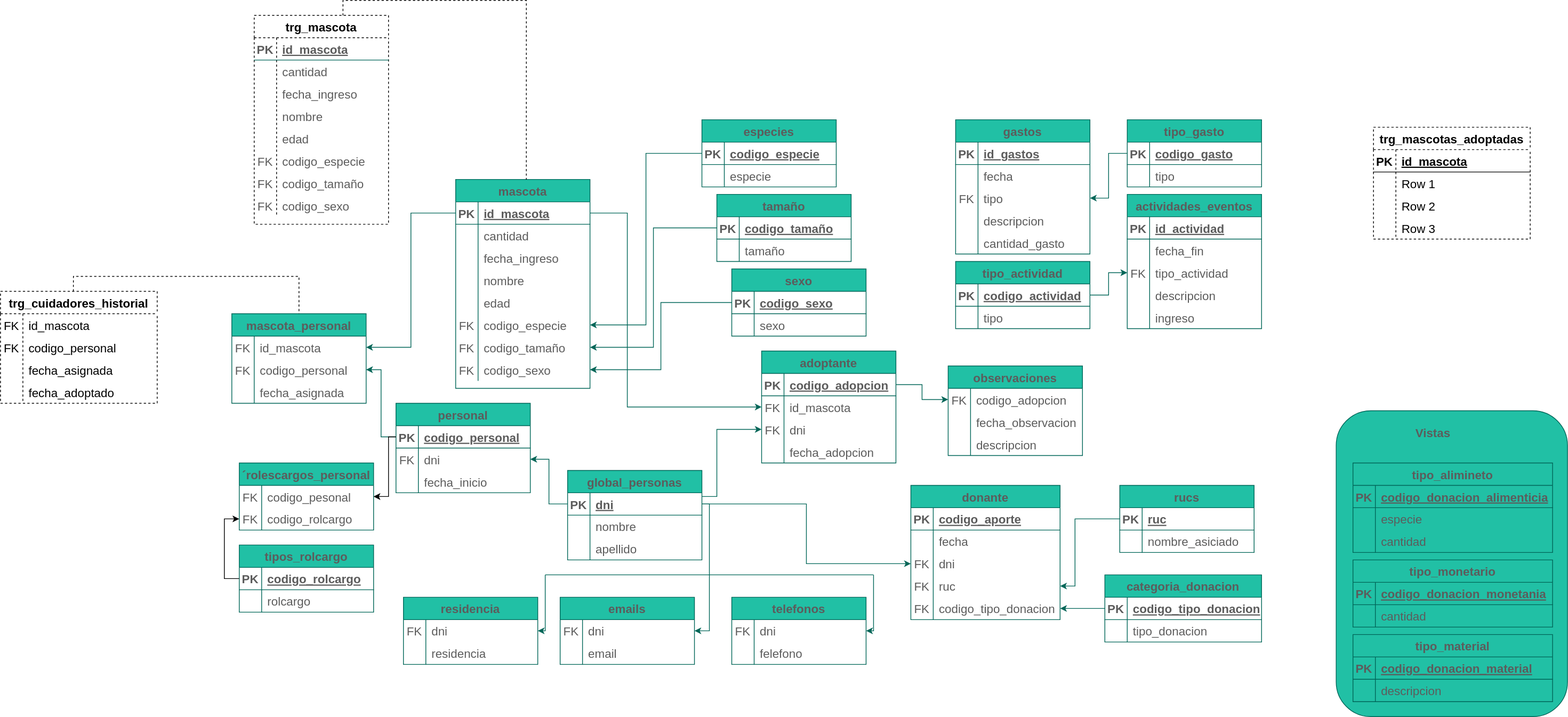
Before: diagramas/tablas/Untitled Diagram.drawio.svg, a diagram exported from draw.io (Leo-Spj/SQL-CoderHouse). Source tidied: cells renumbered, new cells last; positions are measured from the earlier drawing's top-left corner, leaving out a move shared by most shapes.
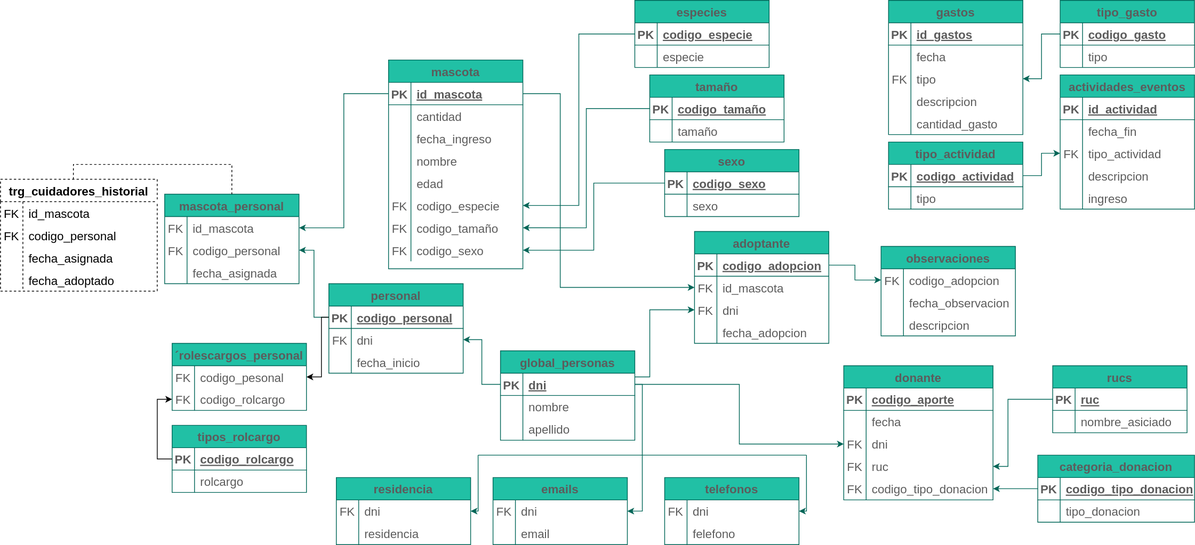
The same file after the commit.

Diff of the diagram source:
```diff
@@ -624,84 +624,6 @@
     <mxCell id="205" style="edgeStyle=orthogonalEdgeStyle;rounded=0;jettySize=auto;html=1;elbow=vertical;fontSize=16;strokeColor=#006658;fontColor=#5C5C5C;" parent="1" edge="1" source="191" target="165">
       <mxGeometry relative="1" as="geometry" />
     </mxCell>
-    <mxCell id="206" style="rounded=1;whiteSpace=wrap;html=1;fontSize=16;fillColor=#21C0A5;strokeColor=#006658;fontColor=#5C5C5C;" parent="1" vertex="1">
-      <mxGeometry x="1790" y="530" width="310" height="410" as="geometry" />
-    </mxCell>
-    <mxCell id="207" value="tipo_monetario" style="shape=table;startSize=30;rowLines=0;fontStyle=1;align=center;fontSize=16;fillColor=#21C0A5;strokeColor=#006658;fontColor=#5C5C5C;" parent="1" vertex="1">
-      <mxGeometry x="1812.5" y="730" width="267.5" height="90" as="geometry" />
-    </mxCell>
-    <mxCell id="208" style="shape=tableRow;horizontal=0;startSize=0;swimlaneHead=0;swimlaneBody=0;fillColor=none;top=0;left=0;right=0;bottom=1;fontSize=16;strokeColor=#006658;fontColor=#5C5C5C;" parent="207" vertex="1">
-      <mxGeometry y="30" width="267.5" height="30" as="geometry" />
-    </mxCell>
-    <mxCell id="209" value="PK" style="shape=partialRectangle;fillColor=none;top=0;left=0;bottom=0;right=0;fontStyle=1;overflow=hidden;fontSize=16;strokeColor=#006658;fontColor=#5C5C5C;" parent="208" vertex="1">
-      <mxGeometry width="30" height="30" as="geometry" />
-    </mxCell>
-    <mxCell id="210" value="codigo_donacion_monetania" style="shape=partialRectangle;fillColor=none;top=0;left=0;bottom=0;right=0;align=left;spacingLeft=6;fontStyle=5;overflow=hidden;fontSize=16;strokeColor=#006658;fontColor=#5C5C5C;" parent="208" vertex="1">
-      <mxGeometry x="30" width="237.5" height="30" as="geometry" />
-    </mxCell>
-    <mxCell id="211" style="shape=tableRow;horizontal=0;startSize=0;swimlaneHead=0;swimlaneBody=0;fillColor=none;top=0;left=0;right=0;bottom=0;fontSize=16;strokeColor=#006658;fontColor=#5C5C5C;" parent="207" vertex="1">
-      <mxGeometry y="60" width="267.5" height="30" as="geometry" />
-    </mxCell>
-    <mxCell id="212" style="shape=partialRectangle;fillColor=none;top=0;left=0;bottom=0;right=0;overflow=hidden;fontSize=16;strokeColor=#006658;fontColor=#5C5C5C;" parent="211" vertex="1">
-      <mxGeometry width="30" height="30" as="geometry" />
-    </mxCell>
-    <mxCell id="213" value="cantidad" style="shape=partialRectangle;fillColor=none;top=0;left=0;bottom=0;right=0;align=left;spacingLeft=6;overflow=hidden;fontSize=16;strokeColor=#006658;fontColor=#5C5C5C;" parent="211" vertex="1">
-      <mxGeometry x="30" width="237.5" height="30" as="geometry" />
-    </mxCell>
-    <mxCell id="214" value="tipo_alimineto" style="shape=table;startSize=30;rowLines=0;fontStyle=1;align=center;fontSize=16;fillColor=#21C0A5;strokeColor=#006658;fontColor=#5C5C5C;" parent="1" vertex="1">
-      <mxGeometry x="1812.5" y="600" width="267.5" height="120" as="geometry" />
-    </mxCell>
-    <mxCell id="215" style="shape=tableRow;horizontal=0;startSize=0;swimlaneHead=0;swimlaneBody=0;fillColor=none;top=0;left=0;right=0;bottom=1;fontSize=16;strokeColor=#006658;fontColor=#5C5C5C;" parent="214" vertex="1">
-      <mxGeometry y="30" width="267.5" height="30" as="geometry" />
-    </mxCell>
-    <mxCell id="216" value="PK" style="shape=partialRectangle;fillColor=none;top=0;left=0;bottom=0;right=0;fontStyle=1;overflow=hidden;fontSize=16;strokeColor=#006658;fontColor=#5C5C5C;" parent="215" vertex="1">
-      <mxGeometry width="30" height="30" as="geometry" />
-    </mxCell>
-    <mxCell id="217" value="codigo_donacion_alimenticia" style="shape=partialRectangle;fillColor=none;top=0;left=0;bottom=0;right=0;align=left;spacingLeft=6;fontStyle=5;overflow=hidden;fontSize=16;strokeColor=#006658;fontColor=#5C5C5C;" parent="215" vertex="1">
-      <mxGeometry x="30" width="237.5" height="30" as="geometry" />
-    </mxCell>
-    <mxCell id="218" style="shape=tableRow;horizontal=0;startSize=0;swimlaneHead=0;swimlaneBody=0;fillColor=none;top=0;left=0;right=0;bottom=0;fontSize=16;strokeColor=#006658;fontColor=#5C5C5C;" parent="214" vertex="1">
-      <mxGeometry y="60" width="267.5" height="30" as="geometry" />
-    </mxCell>
-    <mxCell id="219" style="shape=partialRectangle;fillColor=none;top=0;left=0;bottom=0;right=0;overflow=hidden;fontSize=16;strokeColor=#006658;fontColor=#5C5C5C;" parent="218" vertex="1">
-      <mxGeometry width="30" height="30" as="geometry" />
-    </mxCell>
-    <mxCell id="220" value="especie" style="shape=partialRectangle;fillColor=none;top=0;left=0;bottom=0;right=0;align=left;spacingLeft=6;overflow=hidden;fontSize=16;strokeColor=#006658;fontColor=#5C5C5C;" parent="218" vertex="1">
-      <mxGeometry x="30" width="237.5" height="30" as="geometry" />
-    </mxCell>
-    <mxCell id="221" style="shape=tableRow;horizontal=0;startSize=0;swimlaneHead=0;swimlaneBody=0;fillColor=none;top=0;left=0;right=0;bottom=0;fontSize=16;strokeColor=#006658;fontColor=#5C5C5C;" parent="214" vertex="1">
-      <mxGeometry y="90" width="267.5" height="30" as="geometry" />
-    </mxCell>
-    <mxCell id="222" style="shape=partialRectangle;fillColor=none;top=0;left=0;bottom=0;right=0;overflow=hidden;fontSize=16;strokeColor=#006658;fontColor=#5C5C5C;" parent="221" vertex="1">
-      <mxGeometry width="30" height="30" as="geometry" />
-    </mxCell>
-    <mxCell id="223" value="cantidad" style="shape=partialRectangle;fillColor=none;top=0;left=0;bottom=0;right=0;align=left;spacingLeft=6;overflow=hidden;fontSize=16;strokeColor=#006658;fontColor=#5C5C5C;" parent="221" vertex="1">
-      <mxGeometry x="30" width="237.5" height="30" as="geometry" />
-    </mxCell>
-    <mxCell id="224" value="tipo_material" style="shape=table;startSize=30;rowLines=0;fontStyle=1;align=center;fontSize=16;fillColor=#21C0A5;strokeColor=#006658;fontColor=#5C5C5C;" parent="1" vertex="1">
-      <mxGeometry x="1812.5" y="830" width="267.5" height="90" as="geometry" />
-    </mxCell>
-    <mxCell id="225" style="shape=tableRow;horizontal=0;startSize=0;swimlaneHead=0;swimlaneBody=0;fillColor=none;top=0;left=0;right=0;bottom=1;fontSize=16;strokeColor=#006658;fontColor=#5C5C5C;" parent="224" vertex="1">
-      <mxGeometry y="30" width="267.5" height="30" as="geometry" />
-    </mxCell>
-    <mxCell id="226" value="PK" style="shape=partialRectangle;fillColor=none;top=0;left=0;bottom=0;right=0;fontStyle=1;overflow=hidden;fontSize=16;strokeColor=#006658;fontColor=#5C5C5C;" parent="225" vertex="1">
-      <mxGeometry width="30" height="30" as="geometry" />
-    </mxCell>
-    <mxCell id="227" value="codigo_donacion_material" style="shape=partialRectangle;fillColor=none;top=0;left=0;bottom=0;right=0;align=left;spacingLeft=6;fontStyle=5;overflow=hidden;fontSize=16;strokeColor=#006658;fontColor=#5C5C5C;" parent="225" vertex="1">
-      <mxGeometry x="30" width="237.5" height="30" as="geometry" />
-    </mxCell>
-    <mxCell id="228" style="shape=tableRow;horizontal=0;startSize=0;swimlaneHead=0;swimlaneBody=0;fillColor=none;top=0;left=0;right=0;bottom=0;fontSize=16;strokeColor=#006658;fontColor=#5C5C5C;" parent="224" vertex="1">
-      <mxGeometry y="60" width="267.5" height="30" as="geometry" />
-    </mxCell>
-    <mxCell id="229" style="shape=partialRectangle;fillColor=none;top=0;left=0;bottom=0;right=0;overflow=hidden;fontSize=16;strokeColor=#006658;fontColor=#5C5C5C;" parent="228" vertex="1">
-      <mxGeometry width="30" height="30" as="geometry" />
-    </mxCell>
-    <mxCell id="230" value="descripcion" style="shape=partialRectangle;fillColor=none;top=0;left=0;bottom=0;right=0;align=left;spacingLeft=6;overflow=hidden;fontSize=16;strokeColor=#006658;fontColor=#5C5C5C;" parent="228" vertex="1">
-      <mxGeometry x="30" width="237.5" height="30" as="geometry" />
-    </mxCell>
-    <mxCell id="231" value="&lt;b style=&quot;font-size: 16px;&quot;&gt;&lt;font style=&quot;font-size: 16px;&quot;&gt;Vistas&lt;/font&gt;&lt;/b&gt;" style="text;html=1;strokeColor=none;fillColor=none;align=center;verticalAlign=middle;whiteSpace=wrap;rounded=0;fontSize=16;fontColor=#5C5C5C;" parent="1" vertex="1">
-      <mxGeometry x="1890" y="545" width="60" height="30" as="geometry" />
-    </mxCell>
     <mxCell id="232" style="edgeStyle=orthogonalEdgeStyle;rounded=0;jettySize=auto;html=1;strokeColor=#006658;fontColor=#5C5C5C;fillColor=#21C0A5;" parent="1" edge="1" source="49" target="116">
       <mxGeometry relative="1" as="geometry" />
     </mxCell>
@@ -809,50 +731,11 @@
         </Array>
       </mxGeometry>
     </mxCell>
-    <mxCell id="259" value="trg_mascotas_adoptadas" style="shape=table;startSize=30;rowLines=0;fontStyle=1;align=center;dashed=1;fontSize=16;" parent="1" vertex="1">
-      <mxGeometry x="1840" y="150" width="210" height="150" as="geometry" />
-    </mxCell>
-    <mxCell id="260" style="shape=tableRow;horizontal=0;startSize=0;swimlaneHead=0;swimlaneBody=0;fillColor=none;top=0;left=0;right=0;bottom=1;fontSize=16;" parent="259" vertex="1">
-      <mxGeometry y="30" width="210" height="30" as="geometry" />
-    </mxCell>
-    <mxCell id="261" value="PK" style="shape=partialRectangle;fillColor=none;top=0;left=0;bottom=0;right=0;fontStyle=1;overflow=hidden;fontSize=16;" parent="260" vertex="1">
-      <mxGeometry width="30" height="30" as="geometry" />
-    </mxCell>
-    <mxCell id="262" value="id_mascota" style="shape=partialRectangle;fillColor=none;top=0;left=0;bottom=0;right=0;align=left;spacingLeft=6;fontStyle=5;overflow=hidden;fontSize=16;" parent="260" vertex="1">
-      <mxGeometry x="30" width="180" height="30" as="geometry" />
-    </mxCell>
-    <mxCell id="263" style="shape=tableRow;horizontal=0;startSize=0;swimlaneHead=0;swimlaneBody=0;fillColor=none;top=0;left=0;right=0;bottom=0;fontSize=16;" parent="259" vertex="1">
-      <mxGeometry y="60" width="210" height="30" as="geometry" />
-    </mxCell>
-    <mxCell id="264" style="shape=partialRectangle;fillColor=none;top=0;left=0;bottom=0;right=0;overflow=hidden;fontSize=16;" parent="263" vertex="1">
-      <mxGeometry width="30" height="30" as="geometry" />
-    </mxCell>
-    <mxCell id="265" value="Row 1" style="shape=partialRectangle;fillColor=none;top=0;left=0;bottom=0;right=0;align=left;spacingLeft=6;overflow=hidden;fontSize=16;" parent="263" vertex="1">
-      <mxGeometry x="30" width="180" height="30" as="geometry" />
-    </mxCell>
-    <mxCell id="266" style="shape=tableRow;horizontal=0;startSize=0;swimlaneHead=0;swimlaneBody=0;fillColor=none;top=0;left=0;right=0;bottom=0;fontSize=16;" parent="259" vertex="1">
-      <mxGeometry y="90" width="210" height="30" as="geometry" />
-    </mxCell>
-    <mxCell id="267" style="shape=partialRectangle;fillColor=none;top=0;left=0;bottom=0;right=0;overflow=hidden;fontSize=16;" parent="266" vertex="1">
-      <mxGeometry width="30" height="30" as="geometry" />
-    </mxCell>
-    <mxCell id="268" value="Row 2" style="shape=partialRectangle;fillColor=none;top=0;left=0;bottom=0;right=0;align=left;spacingLeft=6;overflow=hidden;fontSize=16;" parent="266" vertex="1">
-      <mxGeometry x="30" width="180" height="30" as="geometry" />
-    </mxCell>
-    <mxCell id="269" style="shape=tableRow;horizontal=0;startSize=0;swimlaneHead=0;swimlaneBody=0;fillColor=none;top=0;left=0;right=0;bottom=0;fontSize=16;" parent="259" vertex="1">
-      <mxGeometry y="120" width="210" height="30" as="geometry" />
-    </mxCell>
-    <mxCell id="270" style="shape=partialRectangle;fillColor=none;top=0;left=0;bottom=0;right=0;overflow=hidden;fontSize=16;" parent="269" vertex="1">
-      <mxGeometry width="30" height="30" as="geometry" />
-    </mxCell>
-    <mxCell id="271" value="Row 3" style="shape=partialRectangle;fillColor=none;top=0;left=0;bottom=0;right=0;align=left;spacingLeft=6;overflow=hidden;fontSize=16;" parent="269" vertex="1">
-      <mxGeometry x="30" width="180" height="30" as="geometry" />
-    </mxCell>
     <mxCell id="272" style="edgeStyle=orthogonalEdgeStyle;rounded=0;jettySize=auto;html=1;entryX=0.5;entryY=0;entryDx=0;entryDy=0;entryPerimeter=0;fontSize=16;exitX=0.465;exitY=0.001;exitDx=0;exitDy=0;exitPerimeter=0;dashed=1;strokeColor=default;startArrow=none;startFill=0;endArrow=none;endFill=0;" parent="1" edge="1" source="273" target="96">
       <mxGeometry relative="1" as="geometry" />
     </mxCell>
     <mxCell id="273" value="trg_cuidadores_historial" style="shape=table;startSize=30;rowLines=0;fontStyle=1;align=center;dashed=1;fontSize=16;" parent="1" vertex="1">
-      <mxGeometry y="370" width="210" height="150" as="geometry" />
+      <mxGeometry x="90" y="380" width="210" height="150" as="geometry" />
     </mxCell>
     <mxCell id="274" style="shape=tableRow;horizontal=0;startSize=0;swimlaneHead=0;swimlaneBody=0;fillColor=none;top=0;left=0;right=0;bottom=0;fontSize=16;" parent="273" vertex="1">
       <mxGeometry y="30" width="210" height="30" as="geometry" />
@@ -890,83 +773,5 @@
     <mxCell id="285" value="fecha_adoptado" style="shape=partialRectangle;fillColor=none;top=0;left=0;bottom=0;right=0;align=left;spacingLeft=6;overflow=hidden;fontSize=16;" parent="283" vertex="1">
       <mxGeometry x="30" width="180" height="30" as="geometry" />
     </mxCell>
-    <mxCell id="286" style="edgeStyle=orthogonalEdgeStyle;rounded=0;jettySize=auto;html=1;entryX=0.526;entryY=0.001;entryDx=0;entryDy=0;entryPerimeter=0;dashed=1;strokeColor=default;fontSize=16;startArrow=none;startFill=0;endArrow=none;endFill=0;exitX=0.661;exitY=0.001;exitDx=0;exitDy=0;exitPerimeter=0;" parent="1" edge="1" source="287" target="2">
-      <mxGeometry relative="1" as="geometry" />
-    </mxCell>
-    <mxCell id="287" value="trg_mascota" style="shape=table;startSize=30;rowLines=0;fontStyle=1;align=center;fontSize=16;dashed=1;" parent="1" vertex="1">
-      <mxGeometry x="340" width="180" height="280" as="geometry" />
-    </mxCell>
-    <mxCell id="288" style="shape=partialRectangle;fillColor=none;top=0;left=0;right=0;bottom=1;fontSize=16;strokeColor=#006658;fontColor=#5C5C5C;" parent="287" vertex="1">
-      <mxGeometry y="30" width="180" height="30" as="geometry" />
-    </mxCell>
-    <mxCell id="289" value="PK" style="shape=partialRectangle;overflow=hidden;fillColor=none;top=0;left=0;bottom=0;right=0;fontStyle=1;fontSize=16;strokeColor=#006658;fontColor=#5C5C5C;" parent="288" vertex="1">
-      <mxGeometry width="30" height="30" as="geometry" />
-    </mxCell>
-    <mxCell id="290" value="id_mascota" style="shape=partialRectangle;overflow=hidden;fillColor=none;top=0;left=0;bottom=0;right=0;align=left;spacingLeft=6;fontStyle=5;fontSize=16;strokeColor=#006658;fontColor=#5C5C5C;" parent="288" vertex="1">
-      <mxGeometry x="30" width="150" height="30" as="geometry" />
-    </mxCell>
-    <mxCell id="291" style="shape=partialRectangle;fillColor=none;top=0;left=0;right=0;bottom=0;fontSize=16;strokeColor=#006658;fontColor=#5C5C5C;" parent="287" vertex="1">
-      <mxGeometry y="60" width="180" height="30" as="geometry" />
-    </mxCell>
-    <mxCell id="292" style="shape=partialRectangle;overflow=hidden;fillColor=none;top=0;left=0;bottom=0;right=0;fontSize=16;strokeColor=#006658;fontColor=#5C5C5C;" parent="291" vertex="1">
-      <mxGeometry width="30" height="30" as="geometry" />
-    </mxCell>
-    <mxCell id="293" value="cantidad" style="shape=partialRectangle;overflow=hidden;fillColor=none;top=0;left=0;bottom=0;right=0;align=left;spacingLeft=6;fontSize=16;strokeColor=#006658;fontColor=#5C5C5C;" parent="291" vertex="1">
-      <mxGeometry x="30" width="150" height="30" as="geometry" />
-    </mxCell>
-    <mxCell id="294" style="shape=partialRectangle;fillColor=none;top=0;left=0;right=0;bottom=0;fontSize=16;strokeColor=#006658;fontColor=#5C5C5C;" parent="287" vertex="1">
-      <mxGeometry y="90" width="180" height="30" as="geometry" />
-    </mxCell>
-    <mxCell id="295" style="shape=partialRectangle;overflow=hidden;fillColor=none;top=0;left=0;bottom=0;right=0;fontSize=16;strokeColor=#006658;fontColor=#5C5C5C;" parent="294" vertex="1">
-      <mxGeometry width="30" height="30" as="geometry" />
-    </mxCell>
-    <mxCell id="296" value="fecha_ingreso" style="shape=partialRectangle;overflow=hidden;fillColor=none;top=0;left=0;bottom=0;right=0;align=left;spacingLeft=6;fontSize=16;strokeColor=#006658;fontColor=#5C5C5C;" parent="294" vertex="1">
-      <mxGeometry x="30" width="150" height="30" as="geometry" />
-    </mxCell>
-    <mxCell id="297" style="shape=partialRectangle;fillColor=none;top=0;left=0;right=0;bottom=0;fontSize=16;strokeColor=#006658;fontColor=#5C5C5C;" parent="287" vertex="1">
-      <mxGeometry y="120" width="180" height="30" as="geometry" />
-    </mxCell>
-    <mxCell id="298" style="shape=partialRectangle;overflow=hidden;fillColor=none;top=0;left=0;bottom=0;right=0;fontSize=16;strokeColor=#006658;fontColor=#5C5C5C;" parent="297" vertex="1">
-      <mxGeometry width="30" height="30" as="geometry" />
-    </mxCell>
-    <mxCell id="299" value="nombre" style="shape=partialRectangle;overflow=hidden;fillColor=none;top=0;left=0;bottom=0;right=0;align=left;spacingLeft=6;fontSize=16;strokeColor=#006658;fontColor=#5C5C5C;" parent="297" vertex="1">
-      <mxGeometry x="30" width="150" height="30" as="geometry" />
-    </mxCell>
-    <mxCell id="300" style="shape=partialRectangle;fillColor=none;top=0;left=0;right=0;bottom=0;fontSize=16;strokeColor=#006658;fontColor=#5C5C5C;" parent="287" vertex="1">
-      <mxGeometry y="150" width="180" height="30" as="geometry" />
-    </mxCell>
-    <mxCell id="301" style="shape=partialRectangle;overflow=hidden;fillColor=none;top=0;left=0;bottom=0;right=0;fontSize=16;strokeColor=#006658;fontColor=#5C5C5C;" parent="300" vertex="1">
-      <mxGeometry width="30" height="30" as="geometry" />
-    </mxCell>
-    <mxCell id="302" value="edad" style="shape=partialRectangle;overflow=hidden;fillColor=none;top=0;left=0;bottom=0;right=0;align=left;spacingLeft=6;fontSize=16;strokeColor=#006658;fontColor=#5C5C5C;" parent="300" vertex="1">
-      <mxGeometry x="30" width="150" height="30" as="geometry" />
-    </mxCell>
-    <mxCell id="303" style="shape=partialRectangle;fillColor=none;top=0;left=0;right=0;bottom=0;fontSize=16;strokeColor=#006658;fontColor=#5C5C5C;" parent="287" vertex="1">
-      <mxGeometry y="180" width="180" height="30" as="geometry" />
-    </mxCell>
-    <mxCell id="304" value="FK" style="shape=partialRectangle;overflow=hidden;fillColor=none;top=0;left=0;bottom=0;right=0;fontSize=16;strokeColor=#006658;fontColor=#5C5C5C;" parent="303" vertex="1">
-      <mxGeometry width="30" height="30" as="geometry" />
-    </mxCell>
-    <mxCell id="305" value="codigo_especie" style="shape=partialRectangle;overflow=hidden;fillColor=none;top=0;left=0;bottom=0;right=0;align=left;spacingLeft=6;fontSize=16;strokeColor=#006658;fontColor=#5C5C5C;" parent="303" vertex="1">
-      <mxGeometry x="30" width="150" height="30" as="geometry" />
-    </mxCell>
-    <mxCell id="306" style="shape=partialRectangle;fillColor=none;top=0;left=0;right=0;bottom=0;fontSize=16;strokeColor=#006658;fontColor=#5C5C5C;" parent="287" vertex="1">
-      <mxGeometry y="210" width="180" height="30" as="geometry" />
-    </mxCell>
-    <mxCell id="307" value="FK" style="shape=partialRectangle;overflow=hidden;fillColor=none;top=0;left=0;bottom=0;right=0;fontSize=16;strokeColor=#006658;fontColor=#5C5C5C;" parent="306" vertex="1">
-      <mxGeometry width="30" height="30" as="geometry" />
-    </mxCell>
-    <mxCell id="308" value="codigo_tamaño" style="shape=partialRectangle;overflow=hidden;fillColor=none;top=0;left=0;bottom=0;right=0;align=left;spacingLeft=6;fontSize=16;strokeColor=#006658;fontColor=#5C5C5C;" parent="306" vertex="1">
-      <mxGeometry x="30" width="150" height="30" as="geometry" />
-    </mxCell>
-    <mxCell id="309" style="shape=partialRectangle;fillColor=none;top=0;left=0;right=0;bottom=0;fontSize=16;strokeColor=#006658;fontColor=#5C5C5C;" parent="287" vertex="1">
-      <mxGeometry y="240" width="180" height="30" as="geometry" />
-    </mxCell>
-    <mxCell id="310" value="FK" style="shape=partialRectangle;overflow=hidden;fillColor=none;top=0;left=0;bottom=0;right=0;fontSize=16;strokeColor=#006658;fontColor=#5C5C5C;" parent="309" vertex="1">
-      <mxGeometry width="30" height="30" as="geometry" />
-    </mxCell>
-    <mxCell id="311" value="codigo_sexo" style="shape=partialRectangle;overflow=hidden;fillColor=none;top=0;left=0;bottom=0;right=0;align=left;spacingLeft=6;fontSize=16;strokeColor=#006658;fontColor=#5C5C5C;" parent="309" vertex="1">
-      <mxGeometry x="30" width="150" height="30" as="geometry" />
-    </mxCell>
   </root>
 </mxGraphModel>
```
